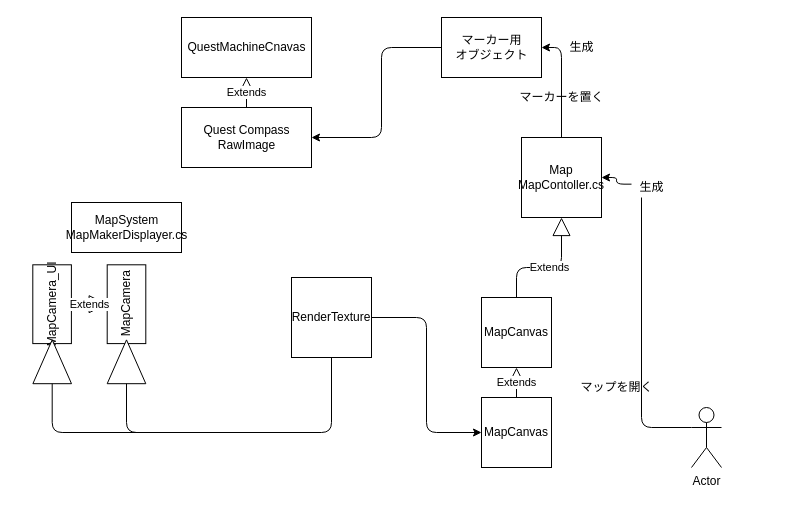
Above: ワールドマップ/Mecanism.drawio in Iroha71/UnityScripts (draw.io), before the change. Source tidied: cells renumbered, new cells numbered last; positions are measured from the earlier drawing's top-left corner, leaving out a move shared by most shapes. Both pictures are drawn from the tidied source at 100%, with x=0, y=0 at pixel (12, 17).
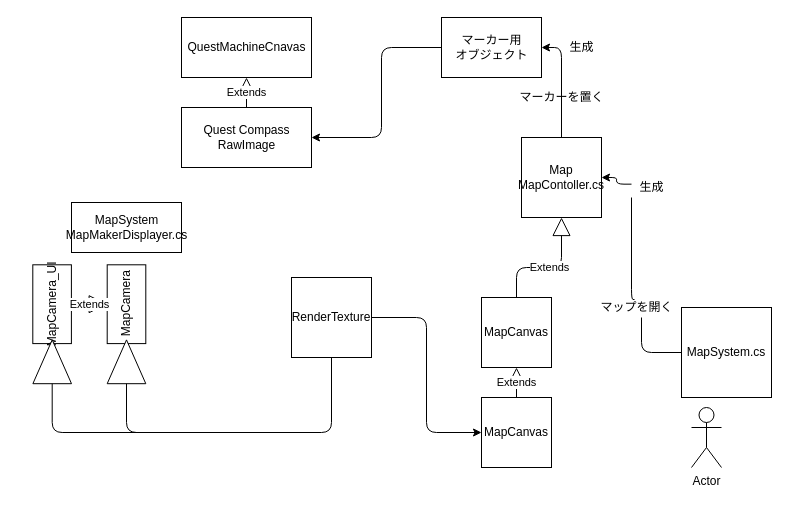
The same diagram, later.

Commit message (it also covers changes not shown here):
[fix] 抜けていた説明を追加

The change refers to these unchanged cells:
```xml
<mxCell id="3" value="Actor" style="shape=umlActor;verticalLabelPosition=bottom;verticalAlign=top;html=1;" parent="1" vertex="1">
  <mxGeometry x="679" y="390" width="30" height="60" as="geometry" />
</mxCell>
<mxCell id="30" value="生成" style="text;html=1;align=center;verticalAlign=middle;points=[];strokeColor=none;fillColor=none;" parent="1" vertex="1">
  <mxGeometry x="619" y="160" width="40" height="20" as="geometry" />
</mxCell>
```

The edit, as a diff of the source:
```diff
@@
-    <mxCell id="9" value="マップを開く" style="text;html=1;align=center;verticalAlign=middle;points=[];strokeColor=none;fillColor=none;" parent="1" vertex="1">
-      <mxGeometry x="559" y="360" width="90" height="20" as="geometry" />
-    </mxCell>
@@
-    <mxCell id="31" style="edgeStyle=elbowEdgeStyle;elbow=horizontal;endArrow=none;html=1;exitX=0;exitY=0.3333333333333333;exitDx=0;exitDy=0;exitPerimeter=0;" parent="1" edge="1" source="3" target="30">
+    <mxCell id="31" style="edgeStyle=elbowEdgeStyle;elbow=horizontal;endArrow=none;html=1;exitX=0.478;exitY=0.1;exitDx=0;exitDy=0;startArrow=none;exitPerimeter=0;" parent="1" edge="1" source="9" target="30">
       <mxGeometry relative="1" as="geometry">
         <Array as="points">
-          <mxPoint x="629" y="190" />
-          <mxPoint x="549" y="380" />
+          <mxPoint x="619" y="230" />
         </Array>
       </mxGeometry>
     </mxCell>
+    <mxCell id="32" value="MapSystem.cs" style="whiteSpace=wrap;html=1;" parent="1" vertex="1">
+      <mxGeometry x="669" y="290" width="90" height="90" as="geometry" />
+    </mxCell>
+    <mxCell id="9" value="マップを開く" style="text;html=1;align=center;verticalAlign=middle;points=[];strokeColor=none;fillColor=none;" parent="1" vertex="1">
+      <mxGeometry x="579" y="280" width="90" height="20" as="geometry" />
+    </mxCell>
+    <mxCell id="33" style="edgeStyle=elbowEdgeStyle;elbow=horizontal;endArrow=none;html=1;exitX=0;exitY=0.5;exitDx=0;exitDy=0;" parent="1" edge="1" source="32" target="9">
+      <mxGeometry relative="1" as="geometry">
+        <Array as="points">
+          <mxPoint x="629" y="350" />
+        </Array>
+      </mxGeometry>
+    </mxCell>
```
